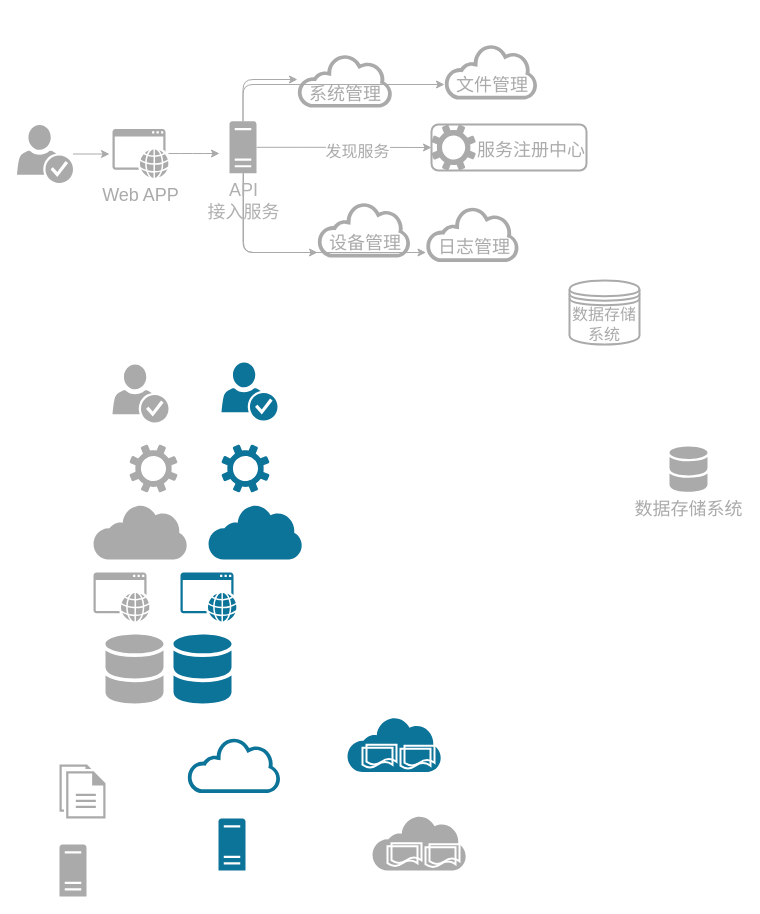
waterwatermelon/graph keeps this draw.io diagram as page "Page-2" (2 of 2) of framework.drawio. Above is the earlier version. Source tidied: cells renumbered, new cells numbered last; positions are measured from the earlier drawing's top-left corner, leaving out a move shared by most shapes. Both pictures are drawn from the tidied source at 100%, with x=0, y=0 at pixel (17, 44).
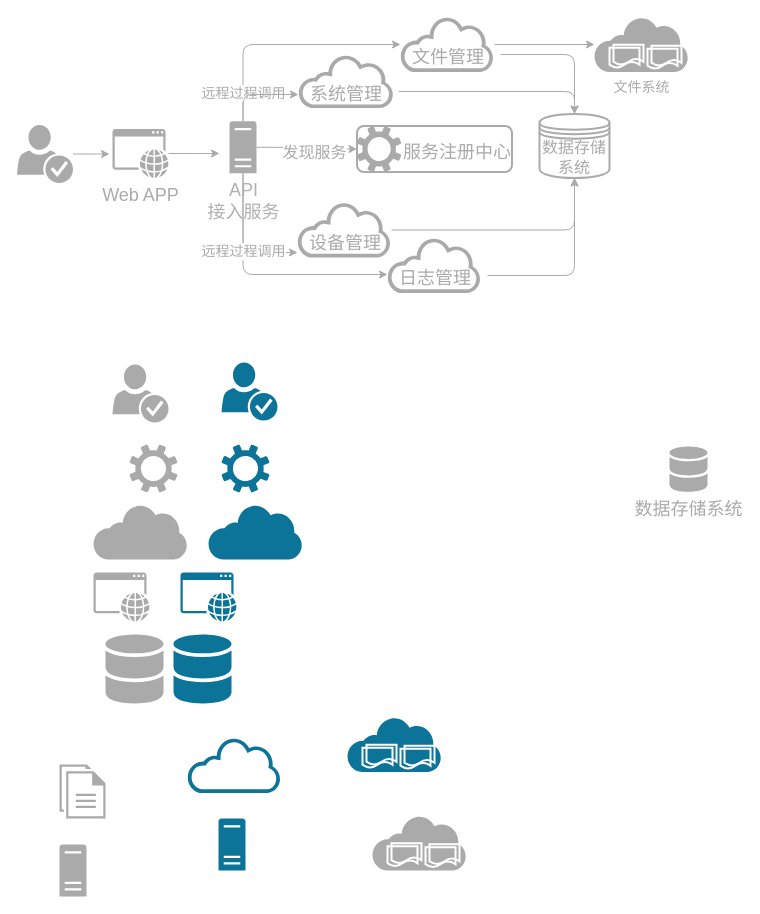
The same diagram, later.

Unchanged cells that the change refers to:
```xml
<mxCell id="5" value="&lt;font style=&quot;font-size: 18px&quot; color=&quot;#b0b0b0&quot;&gt;API&lt;br&gt;接入服务&lt;/font&gt;" style="shadow=0;dashed=0;html=1;strokeColor=none;fillColor=#aaa;labelPosition=center;verticalLabelPosition=bottom;verticalAlign=top;outlineConnect=0;align=center;shape=mxgraph.office.servers.server_generic;" parent="1" vertex="1">
  <mxGeometry x="212" y="76.8" width="27" height="52" as="geometry" />
</mxCell>
<mxCell id="42" style="shadow=0;dashed=0;html=1;strokeColor=none;fillColor=#aaa;labelPosition=center;verticalLabelPosition=bottom;outlineConnect=0;verticalAlign=top;align=center;shape=mxgraph.office.clouds.cloud;" parent="41" vertex="1">
  <mxGeometry width="94" height="55" as="geometry" />
</mxCell>
<mxCell id="45" style="shadow=0;dashed=0;html=1;strokeColor=none;fillColor=#aaa;labelPosition=center;verticalLabelPosition=bottom;outlineConnect=0;verticalAlign=top;align=center;shape=mxgraph.office.clouds.cloud;" parent="44" vertex="1">
  <mxGeometry width="94" height="55" as="geometry" />
</mxCell>
<mxCell id="46" value="&lt;font style=&quot;font-size: 18px&quot; color=&quot;#aaaaaa&quot;&gt;文件管理&lt;/font&gt;" style="text;html=1;points=[];align=left;verticalAlign=top;spacingTop=-4;" parent="44" vertex="1">
  <mxGeometry x="10" y="27.5" width="90" height="20" as="geometry" />
</mxCell>
<mxCell id="48" style="shadow=0;dashed=0;html=1;strokeColor=none;fillColor=#aaa;labelPosition=center;verticalLabelPosition=bottom;outlineConnect=0;verticalAlign=top;align=center;shape=mxgraph.office.clouds.cloud;" parent="47" vertex="1">
  <mxGeometry width="94" height="55" as="geometry" />
</mxCell>
<mxCell id="49" value="&lt;font style=&quot;font-size: 18px&quot; color=&quot;#aaaaaa&quot;&gt;日志管理&lt;/font&gt;" style="text;html=1;points=[];align=left;verticalAlign=top;spacingTop=-4;" parent="47" vertex="1">
  <mxGeometry x="10" y="27.5" width="90" height="20" as="geometry" />
</mxCell>
<mxCell id="53" style="shadow=0;dashed=0;html=1;strokeColor=none;fillColor=#aaa;labelPosition=center;verticalLabelPosition=bottom;outlineConnect=0;verticalAlign=top;align=center;shape=mxgraph.office.clouds.cloud;" parent="52" vertex="1">
  <mxGeometry width="95.9" height="53" as="geometry" />
</mxCell>
<mxCell id="54" value="&lt;font style=&quot;font-size: 18px&quot; color=&quot;#aaaaaa&quot;&gt;系统管理&lt;/font&gt;" style="text;html=1;points=[];align=left;verticalAlign=top;spacingTop=-4;" parent="52" vertex="1">
  <mxGeometry x="10.2" y="26.5" width="90" height="20" as="geometry" />
</mxCell>
```

Change to the diagram source:
```diff
@@
     <mxCell id="2" style="edgeStyle=orthogonalEdgeStyle;rounded=1;jettySize=auto;html=1;strokeColor=#aaa;" parent="1" edge="1" source="5" target="45">
       <mxGeometry relative="1" as="geometry">
         <Array as="points">
-          <mxPoint x="226" y="40" />
+          <mxPoint x="226" />
         </Array>
       </mxGeometry>
     </mxCell>
+    <mxCell id="55" value="&lt;font color=&quot;#aaaaaa&quot; style=&quot;font-size: 14px;&quot;&gt;远程过程调用&lt;/font&gt;" style="text;html=1;align=center;verticalAlign=middle;labelBackgroundColor=#ffffff;fontSize=14;" parent="2" vertex="1">
+      <mxGeometry x="-0.58" y="-2" relative="1" as="geometry">
+        <mxPoint x="-2.5" y="21" as="offset" />
+      </mxGeometry>
+    </mxCell>
@@
-    <mxCell id="4" style="edgeStyle=orthogonalEdgeStyle;rounded=1;orthogonalLoop=1;jettySize=auto;html=1;strokeColor=#aaa;" parent="1" edge="1">
-      <mxGeometry relative="1" as="geometry">
-        <mxPoint x="226" y="126.8" as="sourcePoint" />
-        <mxPoint x="408.5" y="208" as="targetPoint" />
-        <Array as="points">
-          <mxPoint x="226" y="208" />
-        </Array>
-      </mxGeometry>
-    </mxCell>
+    <mxCell id="56" style="edgeStyle=orthogonalEdgeStyle;rounded=1;jettySize=auto;html=1;strokeColor=#aaa;" parent="1" edge="1" source="5" target="48">
+      <mxGeometry relative="1" as="geometry">
+        <Array as="points">
+          <mxPoint x="226" y="230" />
+          <mxPoint x="392" y="230" />
+        </Array>
+      </mxGeometry>
+    </mxCell>
@@
     <mxCell id="26" style="edgeStyle=orthogonalEdgeStyle;rounded=1;jettySize=auto;html=1;strokeColor=#aaa;" parent="1" edge="1" source="5" target="53">
       <mxGeometry relative="1" as="geometry">
         <Array as="points">
-          <mxPoint x="226" y="35" />
+          <mxPoint x="226" y="50" />
         </Array>
       </mxGeometry>
     </mxCell>
@@
-    <mxCell id="32" style="shadow=0;dashed=0;html=1;strokeColor=none;fillColor=#aaa;labelPosition=center;verticalLabelPosition=bottom;verticalAlign=top;align=center;shape=mxgraph.office.clouds.private_cloud;gradientColor=none;" parent="1" vertex="1">
-      <mxGeometry x="355" y="771" width="94" height="55" as="geometry" />
-    </mxCell>
-    <mxCell id="33" style="shape=document;whiteSpace=wrap;html=1;boundedLbl=1;strokeWidth=2;fillColor=none;strokeColor=#fff;" parent="1" vertex="1">
-      <mxGeometry x="374" y="798.7" width="30" height="20" as="geometry" />
-    </mxCell>
-    <mxCell id="34" style="shape=document;whiteSpace=wrap;html=1;boundedLbl=1;strokeWidth=2;fillColor=none;strokeColor=#fff;" parent="1" vertex="1">
-      <mxGeometry x="370" y="801.7" width="30" height="20" as="geometry" />
-    </mxCell>
-    <mxCell id="35" style="shape=document;whiteSpace=wrap;html=1;boundedLbl=1;strokeWidth=2;fillColor=none;strokeColor=#fff;" parent="1" vertex="1">
-      <mxGeometry x="412" y="799.7" width="30" height="20" as="geometry" />
-    </mxCell>
-    <mxCell id="36" style="shape=document;whiteSpace=wrap;html=1;boundedLbl=1;strokeWidth=2;fillColor=none;strokeColor=#fff;" parent="1" vertex="1">
-      <mxGeometry x="408" y="802.7" width="30" height="20" as="geometry" />
-    </mxCell>
-    <mxCell id="37" value="&lt;font style=&quot;font-size: 17px&quot; color=&quot;#ffffff&quot;&gt;文件管理&lt;/font&gt;" style="text;html=1;align=left;verticalAlign=top;spacingTop=-4;" parent="1" vertex="1">
-      <mxGeometry x="435" y="207.5" width="80" height="20" as="geometry" />
-    </mxCell>
     <mxCell id="38" style="group;fillColor=none;strokeColor=#aaa;rounded=1;strokeWidth=2;spacingTop=0;" parent="1" vertex="1">
-      <mxGeometry x="414" y="80" width="155" height="46" as="geometry" />
+      <mxGeometry x="339.5" y="81.5" width="155" height="46" as="geometry" />
     </mxCell>
@@
     <mxCell id="41" style="group;" parent="1" vertex="1">
-      <mxGeometry x="300" y="158" width="100" height="55" as="geometry" />
+      <mxGeometry x="280" y="158" width="100" height="55" as="geometry" />
     </mxCell>
@@
     <mxCell id="44" style="group;" parent="1" vertex="1">
-      <mxGeometry x="427" width="100" height="55" as="geometry" />
+      <mxGeometry x="383" y="-27.5" width="100" height="55" as="geometry" />
     </mxCell>
@@
     <mxCell id="47" style="group;" parent="1" vertex="1">
-      <mxGeometry x="408.5" y="162.5" width="100" height="55" as="geometry" />
+      <mxGeometry x="370" y="193.5" width="100" height="55" as="geometry" />
     </mxCell>
@@
     <mxCell id="51" value="&lt;font color=&quot;#aaaaaa&quot; style=&quot;font-size: 16px&quot;&gt;数据存储系统&lt;/font&gt;" style="shape=datastore;whiteSpace=wrap;html=1;fontSize=14;strokeWidth=2;strokeColor=#AAA;" parent="1" vertex="1">
-      <mxGeometry x="552" y="236" width="70" height="64" as="geometry" />
+      <mxGeometry x="522" y="69.5" width="70" height="64" as="geometry" />
     </mxCell>
     <mxCell id="52" style="group;" parent="1" vertex="1">
-      <mxGeometry x="280" y="10" width="102" height="53" as="geometry" />
+      <mxGeometry x="281" y="10.5" width="102" height="53" as="geometry" />
     </mxCell>
@@
+    <mxCell id="57" value="&lt;font color=&quot;#aaaaaa&quot; style=&quot;font-size: 14px;&quot;&gt;远程过程调用&lt;/font&gt;" style="text;html=1;align=center;verticalAlign=middle;labelBackgroundColor=#ffffff;fontSize=14;" parent="1" vertex="1">
+      <mxGeometry x="228" y="185.3" as="geometry">
+        <mxPoint x="-2.5" y="21" as="offset" />
+      </mxGeometry>
+    </mxCell>
+    <mxCell id="58" style="edgeStyle=orthogonalEdgeStyle;rounded=1;jettySize=auto;html=1;entryX=0.5;entryY=0;entryDx=0;entryDy=0;strokeColor=#aaa;" parent="1" edge="1" source="46" target="51">
+      <mxGeometry relative="1" as="geometry" />
+    </mxCell>
+    <mxCell id="59" style="edgeStyle=orthogonalEdgeStyle;rounded=1;jettySize=auto;html=1;entryX=0.5;entryY=0;entryDx=0;entryDy=0;strokeColor=#aaa;" parent="1" edge="1" source="54" target="51">
+      <mxGeometry relative="1" as="geometry" />
+    </mxCell>
+    <mxCell id="60" style="edgeStyle=orthogonalEdgeStyle;rounded=1;jettySize=auto;html=1;strokeColor=#aaa;entryX=0.5;entryY=1;entryDx=0;entryDy=0;" parent="1" edge="1" source="49" target="51">
+      <mxGeometry relative="1" as="geometry" />
+    </mxCell>
+    <mxCell id="61" style="edgeStyle=orthogonalEdgeStyle;rounded=1;jettySize=auto;html=1;strokeColor=#aaa;entryX=0.5;entryY=1;entryDx=0;entryDy=0;" parent="1" edge="1" source="42" target="51">
+      <mxGeometry relative="1" as="geometry" />
+    </mxCell>
+    <mxCell id="62" style="group;" parent="1" vertex="1">
+      <mxGeometry x="355" y="771" width="94" height="55" as="geometry" />
+    </mxCell>
+    <mxCell id="32" style="shadow=0;dashed=0;html=1;strokeColor=none;fillColor=#aaa;labelPosition=center;verticalLabelPosition=bottom;verticalAlign=top;align=center;shape=mxgraph.office.clouds.private_cloud;gradientColor=none;" parent="62" vertex="1">
+      <mxGeometry width="94" height="55" as="geometry" />
+    </mxCell>
+    <mxCell id="33" style="shape=document;whiteSpace=wrap;html=1;boundedLbl=1;strokeWidth=2;fillColor=none;strokeColor=#fff;" parent="62" vertex="1">
+      <mxGeometry x="19" y="27.7" width="30" height="20" as="geometry" />
+    </mxCell>
+    <mxCell id="34" style="shape=document;whiteSpace=wrap;html=1;boundedLbl=1;strokeWidth=2;fillColor=none;strokeColor=#fff;" parent="62" vertex="1">
+      <mxGeometry x="15" y="30.7" width="30" height="20" as="geometry" />
+    </mxCell>
+    <mxCell id="35" style="shape=document;whiteSpace=wrap;html=1;boundedLbl=1;strokeWidth=2;fillColor=none;strokeColor=#fff;" parent="62" vertex="1">
+      <mxGeometry x="57" y="28.7" width="30" height="20" as="geometry" />
+    </mxCell>
+    <mxCell id="36" style="shape=document;whiteSpace=wrap;html=1;boundedLbl=1;strokeWidth=2;fillColor=none;strokeColor=#fff;" parent="62" vertex="1">
+      <mxGeometry x="53" y="31.7" width="30" height="20" as="geometry" />
+    </mxCell>
+    <mxCell id="63" style="group;" parent="1" vertex="1">
+      <mxGeometry x="577" y="-27.5" width="94" height="55" as="geometry" />
+    </mxCell>
+    <mxCell id="64" value="&lt;font color=&quot;#aaaaaa&quot; style=&quot;font-size: 14px&quot;&gt;文件系统&lt;/font&gt;" style="shadow=0;dashed=0;html=1;strokeColor=none;fillColor=#aaa;labelPosition=center;verticalLabelPosition=bottom;outlineConnect=0;verticalAlign=top;align=center;shape=mxgraph.office.clouds.private_cloud;gradientColor=none;" parent="63" vertex="1">
+      <mxGeometry width="94" height="55" as="geometry" />
+    </mxCell>
+    <mxCell id="65" style="shape=document;whiteSpace=wrap;html=1;boundedLbl=1;strokeWidth=2;fillColor=none;strokeColor=#fff;" parent="63" vertex="1">
+      <mxGeometry x="19" y="27.7" width="30" height="20" as="geometry" />
+    </mxCell>
+    <mxCell id="66" style="shape=document;whiteSpace=wrap;html=1;boundedLbl=1;strokeWidth=2;fillColor=none;strokeColor=#fff;" parent="63" vertex="1">
+      <mxGeometry x="15" y="30.7" width="30" height="20" as="geometry" />
+    </mxCell>
+    <mxCell id="67" style="shape=document;whiteSpace=wrap;html=1;boundedLbl=1;strokeWidth=2;fillColor=none;strokeColor=#fff;" parent="63" vertex="1">
+      <mxGeometry x="57" y="28.7" width="30" height="20" as="geometry" />
+    </mxCell>
+    <mxCell id="68" style="shape=document;whiteSpace=wrap;html=1;boundedLbl=1;strokeWidth=2;fillColor=none;strokeColor=#fff;" parent="63" vertex="1">
+      <mxGeometry x="53" y="31.7" width="30" height="20" as="geometry" />
+    </mxCell>
+    <mxCell id="69" style="edgeStyle=orthogonalEdgeStyle;rounded=1;jettySize=auto;html=1;strokeColor=#aaa;fontSize=14;" parent="1" edge="1" source="45" target="64">
+      <mxGeometry relative="1" as="geometry" />
+    </mxCell>
```
